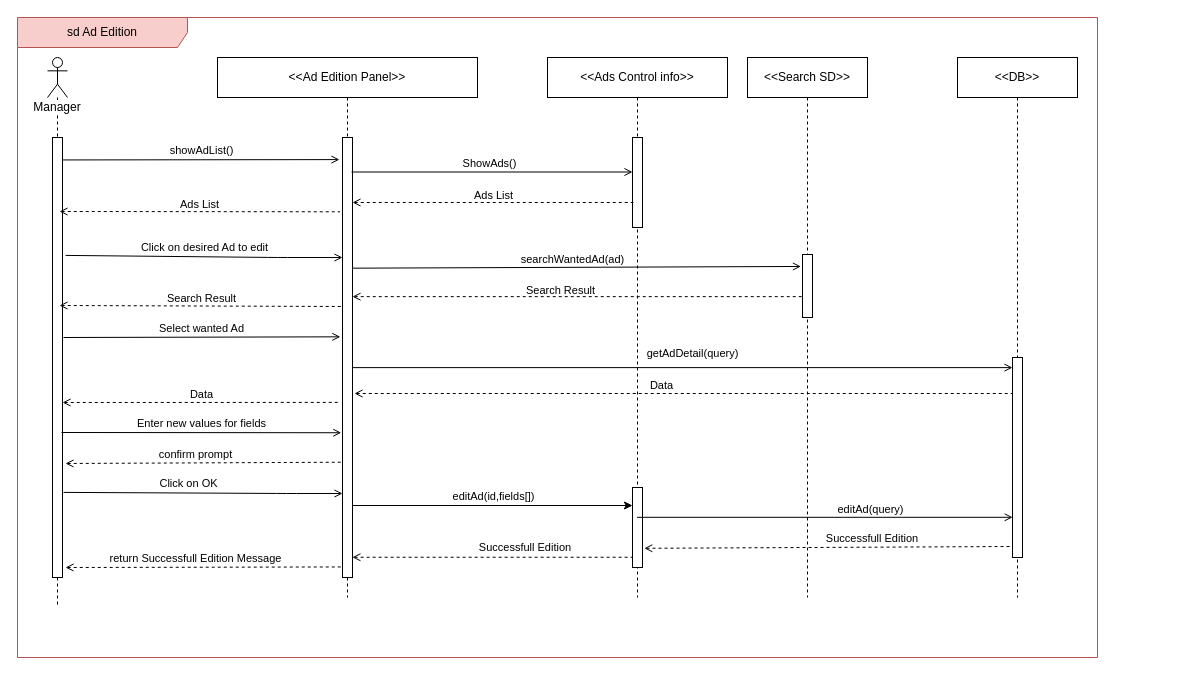
Above: page "SubscriptionEdition-SD" (14 of 18) of SequenceDiagram/Middleware_CarBaMaSequenceDiagram.drawio in MelvinMo/CarBaMa_Automotive-Sale-Application (draw.io), before the change. Source tidied: cells renumbered, new cells numbered last; positions are measured from the earlier drawing's top-left corner, leaving out a move shared by most shapes. Both pictures are drawn from the tidied source at 100%, with x=0, y=0 at pixel (17, 17).
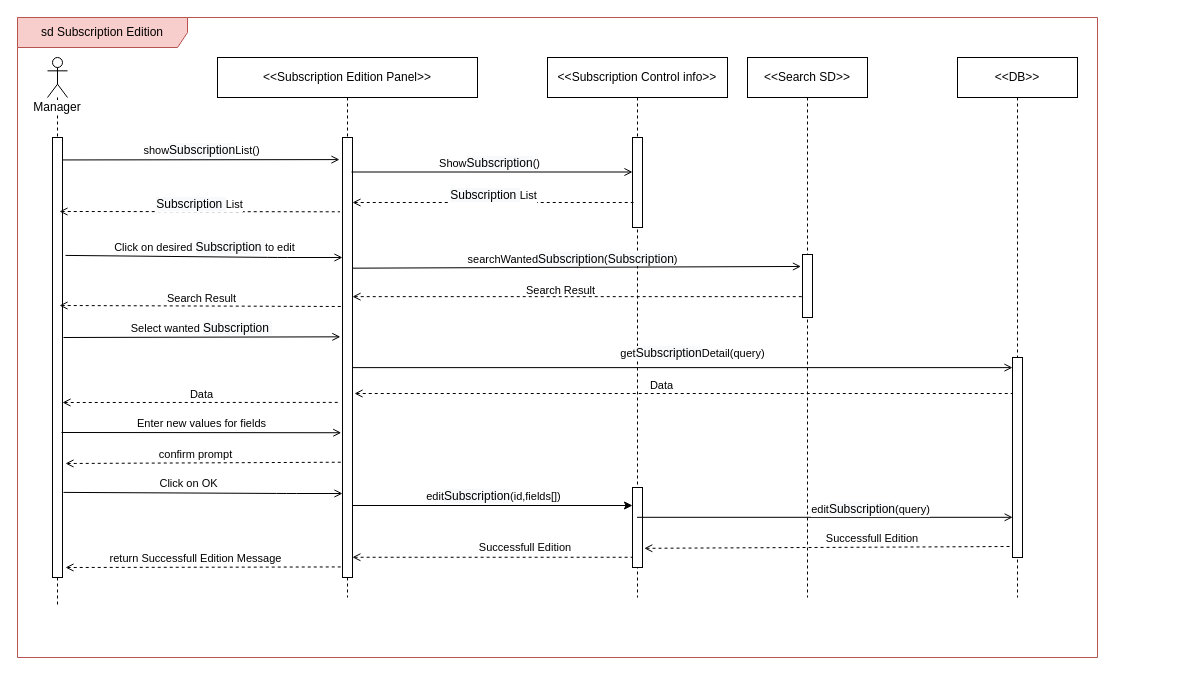
After the change.

Unchanged cells that the change refers to:
```xml
<mxCell id="4" style="html=1;points=[];perimeter=orthogonalPerimeter;" parent="3" vertex="1">
  <mxGeometry x="5" y="80" width="10" height="440" as="geometry" />
</mxCell>
<mxCell id="6" style="html=1;points=[];perimeter=orthogonalPerimeter;" parent="5" vertex="1">
  <mxGeometry x="125" y="80" width="10" height="440" as="geometry" />
</mxCell>
<mxCell id="16" style="html=1;points=[];perimeter=orthogonalPerimeter;" parent="15" vertex="1">
  <mxGeometry x="55" y="197" width="10" height="63" as="geometry" />
</mxCell>
<mxCell id="17" style="endArrow=open;html=1;exitX=0.9;exitY=0.108;exitDx=0;exitDy=0;exitPerimeter=0;endFill=0;" parent="1" edge="1">
  <mxGeometry relative="1" as="geometry">
    <mxPoint x="334" y="154.5" as="sourcePoint" />
    <mxPoint x="615" y="154.5" as="targetPoint" />
  </mxGeometry>
</mxCell>
<mxCell id="19" style="endArrow=none;dashed=1;html=1;entryX=0.1;entryY=0.889;entryDx=0;entryDy=0;entryPerimeter=0;startArrow=open;startFill=0;" parent="1" edge="1">
  <mxGeometry relative="1" as="geometry">
    <mxPoint x="335" y="185" as="sourcePoint" />
    <mxPoint x="616" y="185" as="targetPoint" />
  </mxGeometry>
</mxCell>
<mxCell id="24" style="html=1;points=[];perimeter=orthogonalPerimeter;" parent="23" vertex="1">
  <mxGeometry x="55" y="300" width="10" height="200" as="geometry" />
</mxCell>
<mxCell id="28" style="endArrow=classic;html=1;entryX=0;entryY=0.225;entryDx=0;entryDy=0;entryPerimeter=0;" parent="1" edge="1" target="11">
  <mxGeometry relative="1" as="geometry">
    <mxPoint x="335" y="488" as="sourcePoint" />
  </mxGeometry>
</mxCell>
<mxCell id="30" style="endArrow=open;html=1;endFill=0;entryX=0.016;entryY=0.799;entryDx=0;entryDy=0;entryPerimeter=0;" parent="1" edge="1" source="9" target="24">
  <mxGeometry relative="1" as="geometry" />
</mxCell>
<mxCell id="41" style="endArrow=none;dashed=1;html=1;entryX=-0.246;entryY=0.187;entryDx=0;entryDy=0;entryPerimeter=0;startArrow=open;startFill=0;exitX=1;exitY=0.205;exitDx=0;exitDy=0;exitPerimeter=0;" parent="1" edge="1">
  <mxGeometry relative="1" as="geometry">
    <mxPoint x="42" y="194" as="sourcePoint" />
    <mxPoint x="322.5" y="194.3" as="targetPoint" />
  </mxGeometry>
</mxCell>
```

Change to the diagram source:
```diff
@@
-    <mxCell id="2" value="sd Ad Edition" style="shape=umlFrame;whiteSpace=wrap;html=1;width=170;height=30;fillColor=#f8cecc;strokeColor=#b85450;" parent="1" vertex="1">
+    <mxCell id="2" value="sd Subscription&amp;nbsp;Edition" style="shape=umlFrame;whiteSpace=wrap;html=1;width=170;height=30;fillColor=#f8cecc;strokeColor=#b85450;" parent="1" vertex="1">
       <mxGeometry width="1080" height="640" as="geometry" />
     </mxCell>
@@
-    <mxCell id="5" value="&amp;lt;&amp;lt;Ad Edition Panel&amp;gt;&amp;gt;" style="shape=umlLifeline;perimeter=lifelinePerimeter;whiteSpace=wrap;html=1;" parent="1" vertex="1">
+    <mxCell id="5" value="&amp;lt;&amp;lt;Subscription&amp;nbsp;Edition Panel&amp;gt;&amp;gt;" style="shape=umlLifeline;perimeter=lifelinePerimeter;whiteSpace=wrap;html=1;" parent="1" vertex="1">
       <mxGeometry x="200" y="40" width="260" height="540" as="geometry" />
     </mxCell>
@@
-    <mxCell id="7" value="showAdList()" style="html=1;verticalAlign=bottom;endArrow=open;endFill=0;exitX=1;exitY=0.051;exitDx=0;exitDy=0;exitPerimeter=0;" parent="5" edge="1" source="4">
+    <mxCell id="7" value="show&lt;span style=&quot;font-size: 12px; background-color: rgb(248, 249, 250);&quot;&gt;Subscription&lt;/span&gt;List()" style="html=1;verticalAlign=bottom;endArrow=open;endFill=0;exitX=1;exitY=0.051;exitDx=0;exitDy=0;exitPerimeter=0;" parent="5" edge="1" source="4">
       <mxGeometry relative="1" as="geometry">
         <mxPoint x="122" y="102.1" as="targetPoint" />
       </mxGeometry>
     </mxCell>
-    <mxCell id="8" value="Click on desired Ad to edit" style="html=1;verticalAlign=bottom;endArrow=open;endFill=0;exitX=1.3;exitY=0.268;exitDx=0;exitDy=0;exitPerimeter=0;" parent="1" edge="1" source="4" target="6">
+    <mxCell id="8" value="Click on desired&amp;nbsp;&lt;span style=&quot;font-size: 12px; background-color: rgb(248, 249, 250);&quot;&gt;Subscription&amp;nbsp;&lt;/span&gt;to edit" style="html=1;verticalAlign=bottom;endArrow=open;endFill=0;exitX=1.3;exitY=0.268;exitDx=0;exitDy=0;exitPerimeter=0;" parent="1" edge="1" source="4" target="6">
       <mxGeometry relative="1" as="geometry">
         <Array as="points">
           <mxPoint x="260" y="240" />
         </Array>
       </mxGeometry>
     </mxCell>
-    <mxCell id="9" value="&amp;lt;&amp;lt;Ads Control info&amp;gt;&amp;gt;" style="shape=umlLifeline;perimeter=lifelinePerimeter;whiteSpace=wrap;html=1;outlineConnect=0;" parent="1" vertex="1">
+    <mxCell id="9" value="&amp;lt;&amp;lt;Subscription&amp;nbsp;Control info&amp;gt;&amp;gt;" style="shape=umlLifeline;perimeter=lifelinePerimeter;whiteSpace=wrap;html=1;outlineConnect=0;" parent="1" vertex="1">
       <mxGeometry x="530" y="40" width="180" height="540" as="geometry" />
     </mxCell>
@@
-    <mxCell id="14" value="getAdDetail(query)" style="endArrow=open;html=1;endFill=0;exitX=1;exitY=0.523;exitDx=0;exitDy=0;exitPerimeter=0;" parent="1" edge="1" source="6" target="24">
+    <mxCell id="14" value="get&lt;span style=&quot;font-size: 12px; background-color: rgb(248, 249, 250);&quot;&gt;Subscription&lt;/span&gt;Detail(query)" style="endArrow=open;html=1;endFill=0;exitX=1;exitY=0.523;exitDx=0;exitDy=0;exitPerimeter=0;" parent="1" edge="1" source="6" target="24">
       <mxGeometry x="0.03" y="14" relative="1" as="geometry" />
     </mxCell>
@@
-    <mxCell id="18" value="ShowAds()" style="edgeLabel;html=1;align=center;verticalAlign=middle;" parent="17" vertex="1">
+    <mxCell id="18" value="Show&lt;span style=&quot;font-size: 12px; background-color: rgb(248, 249, 250);&quot;&gt;Subscription&lt;/span&gt;()" style="edgeLabel;html=1;align=center;verticalAlign=middle;" parent="17" vertex="1">
       <mxGeometry x="0.26" y="1" relative="1" as="geometry">
         <mxPoint x="-40" y="-8" as="offset" />
       </mxGeometry>
     </mxCell>
@@
-    <mxCell id="20" value="Ads List" style="edgeLabel;html=1;align=center;verticalAlign=middle;" parent="19" vertex="1">
+    <mxCell id="20" value="&lt;span style=&quot;font-size: 12px; background-color: rgb(248, 249, 250);&quot;&gt;Subscription&amp;nbsp;&lt;/span&gt;List" style="edgeLabel;html=1;align=center;verticalAlign=middle;" parent="19" vertex="1">
       <mxGeometry x="0.27" y="-1" relative="1" as="geometry">
         <mxPoint x="-38" y="-9" as="offset" />
       </mxGeometry>
     </mxCell>
-    <mxCell id="21" value="searchWantedAd(ad)" style="html=1;verticalAlign=bottom;endArrow=open;endFill=0;entryX=-0.154;entryY=0.19;entryDx=0;entryDy=0;entryPerimeter=0;exitX=0.985;exitY=0.297;exitDx=0;exitDy=0;exitPerimeter=0;" parent="1" edge="1" source="6" target="16">
+    <mxCell id="21" value="searchWanted&lt;span style=&quot;font-size: 12px; background-color: rgb(248, 249, 250);&quot;&gt;Subscription&lt;/span&gt;(&lt;span style=&quot;font-size: 12px; background-color: rgb(248, 249, 250);&quot;&gt;Subscription&lt;/span&gt;)" style="html=1;verticalAlign=bottom;endArrow=open;endFill=0;entryX=-0.154;entryY=0.19;entryDx=0;entryDy=0;entryPerimeter=0;exitX=0.985;exitY=0.297;exitDx=0;exitDy=0;exitPerimeter=0;" parent="1" edge="1" source="6" target="16">
       <mxGeometry x="-0.02" y="-1" relative="1" as="geometry" />
     </mxCell>
-    <mxCell id="22" value="Select wanted Ad" style="html=1;verticalAlign=bottom;endArrow=open;endFill=0;exitX=1.2;exitY=0.336;exitDx=0;exitDy=0;exitPerimeter=0;entryX=-0.211;entryY=0.453;entryDx=0;entryDy=0;entryPerimeter=0;" parent="1" edge="1" target="6">
+    <mxCell id="22" value="Select wanted&amp;nbsp;&lt;span style=&quot;font-size: 12px; background-color: rgb(248, 249, 250);&quot;&gt;Subscription&amp;nbsp;&lt;/span&gt;" style="html=1;verticalAlign=bottom;endArrow=open;endFill=0;exitX=1.2;exitY=0.336;exitDx=0;exitDy=0;exitPerimeter=0;entryX=-0.211;entryY=0.453;entryDx=0;entryDy=0;entryPerimeter=0;" parent="1" edge="1" target="6">
       <mxGeometry relative="1" as="geometry">
         <mxPoint x="46" y="320" as="sourcePoint" />
       </mxGeometry>
     </mxCell>
@@
-    <mxCell id="29" value="editAd(id,fields[])" style="edgeLabel;html=1;align=center;verticalAlign=middle;" parent="28" vertex="1">
+    <mxCell id="29" value="edit&lt;span style=&quot;font-size: 12px; background-color: rgb(248, 249, 250);&quot;&gt;Subscription&lt;/span&gt;(id,fields[])" style="edgeLabel;html=1;align=center;verticalAlign=middle;" parent="28" vertex="1">
       <mxGeometry x="-0.16" y="2" relative="1" as="geometry">
         <mxPoint x="22" y="-8" as="offset" />
       </mxGeometry>
     </mxCell>
@@
-    <mxCell id="31" value="editAd(query)" style="edgeLabel;html=1;align=center;verticalAlign=middle;" parent="30" vertex="1">
+    <mxCell id="31" value="edit&lt;span style=&quot;font-size: 12px; background-color: rgb(248, 249, 250);&quot;&gt;Subscription&lt;/span&gt;(query)" style="edgeLabel;html=1;align=center;verticalAlign=middle;" parent="30" vertex="1">
       <mxGeometry x="0.24" relative="1" as="geometry">
         <mxPoint y="-8" as="offset" />
       </mxGeometry>
     </mxCell>
@@
-    <mxCell id="42" value="Ads List" style="edgeLabel;html=1;align=center;verticalAlign=middle;" parent="41" vertex="1">
+    <mxCell id="42" value="&lt;span style=&quot;font-size: 12px; background-color: rgb(248, 249, 250);&quot;&gt;Subscription&amp;nbsp;&lt;/span&gt;List" style="edgeLabel;html=1;align=center;verticalAlign=middle;" parent="41" vertex="1">
       <mxGeometry x="0.27" y="-1" relative="1" as="geometry">
         <mxPoint x="-38" y="-9" as="offset" />
       </mxGeometry>
     </mxCell>
```
